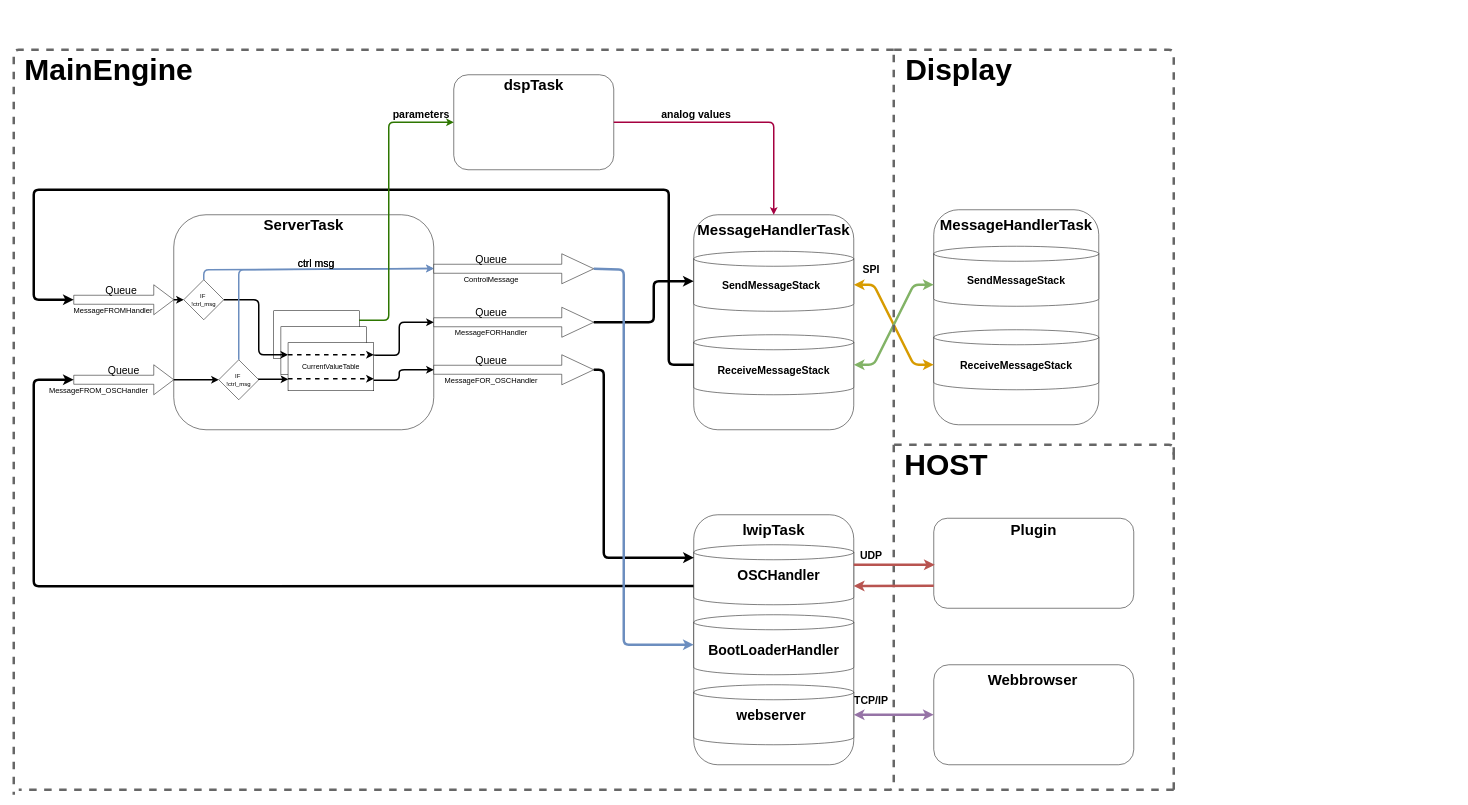
Earlier version of the draw.io diagram MessageHandlerCommunication.drawio (sagerchr/MessageHandler). Source tidied: cells renumbered, new cells numbered last; positions are measured from the earlier drawing's top-left corner, leaving out a move shared by most shapes. Both pictures are drawn from the tidied source at 50%, with x=0, y=0 at pixel (8, 50).
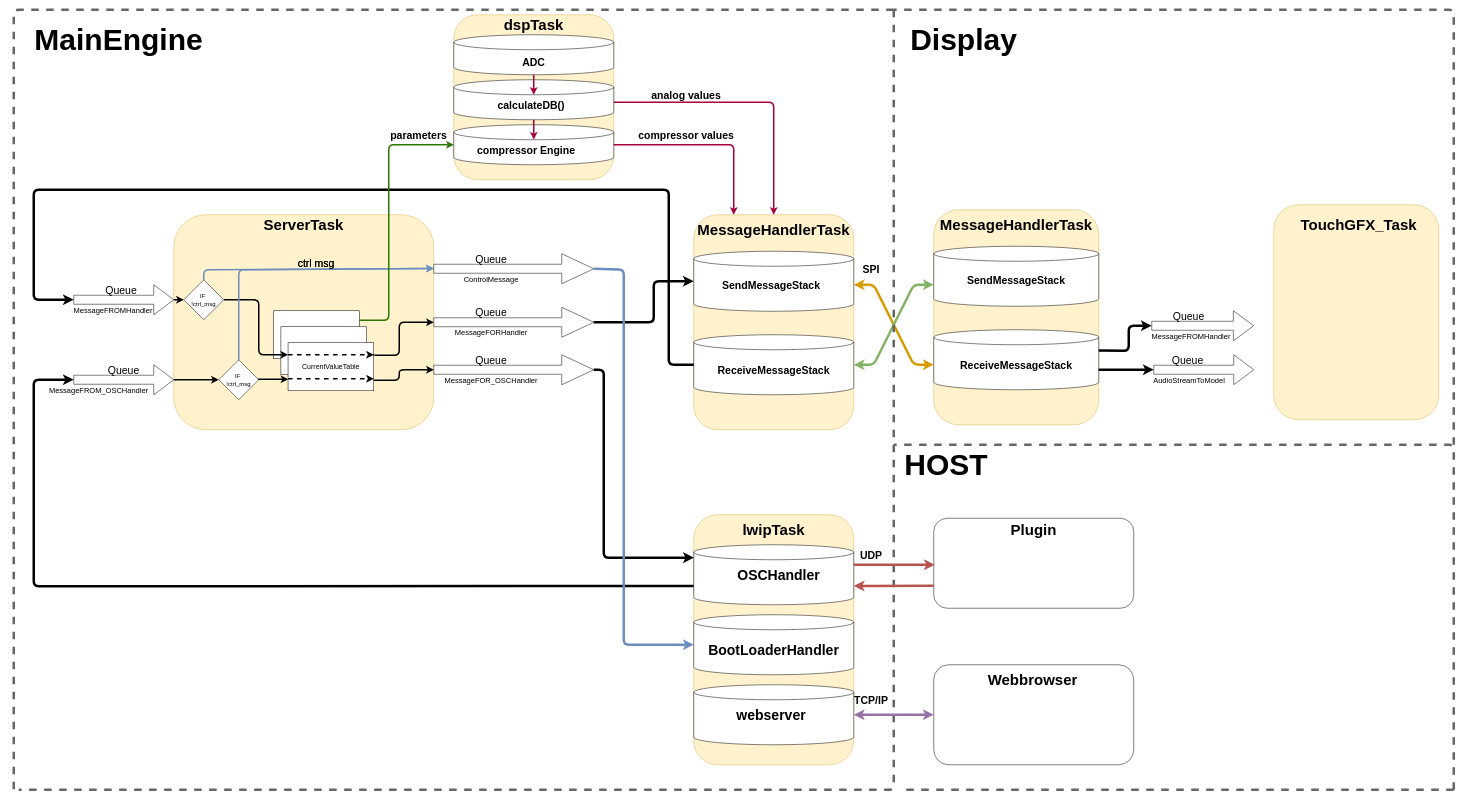
After the change.

The change refers to these unchanged cells:
```xml
<mxCell id="4" style="rounded=0;whiteSpace=wrap;html=1;" parent="3" vertex="1">
  <mxGeometry width="171.4" height="96" as="geometry" />
</mxCell>
<mxCell id="48" value="&lt;font style=&quot;font-size: 21px&quot;&gt;&lt;b&gt;ReceiveMessageStack&lt;/b&gt;&lt;/font&gt;" style="text;html=1;strokeColor=none;fillColor=none;align=center;verticalAlign=middle;whiteSpace=wrap;rounded=0;" parent="1" vertex="1">
  <mxGeometry x="1850" y="620" width="330" height="20" as="geometry" />
</mxCell>
```

What changed in the source:
```diff
@@
-    <mxCell id="2" style="rounded=1;whiteSpace=wrap;html=1;" parent="1" vertex="1">
+    <mxCell id="2" style="rounded=1;whiteSpace=wrap;html=1;fillColor=#fff2cc;strokeColor=#d6b656;" parent="1" vertex="1">
       <mxGeometry x="330" y="330" width="520" height="430" as="geometry" />
     </mxCell>
@@
-    <mxCell id="36" style="rounded=1;whiteSpace=wrap;html=1;" parent="1" vertex="1">
+    <mxCell id="36" style="rounded=1;whiteSpace=wrap;html=1;fillColor=#fff2cc;strokeColor=#d6b656;" parent="1" vertex="1">
       <mxGeometry x="1370" y="330" width="320" height="430" as="geometry" />
     </mxCell>
@@
-    <mxCell id="44" style="rounded=1;whiteSpace=wrap;html=1;" parent="1" vertex="1">
+    <mxCell id="44" style="rounded=1;whiteSpace=wrap;html=1;fillColor=#fff2cc;strokeColor=#d6b656;" parent="1" vertex="1">
       <mxGeometry x="1850" y="320" width="330" height="430" as="geometry" />
     </mxCell>
@@
-    <mxCell id="53" style="rounded=1;whiteSpace=wrap;html=1;" parent="1" vertex="1">
+    <mxCell id="53" style="rounded=1;whiteSpace=wrap;html=1;fillColor=#fff2cc;strokeColor=#d6b656;" parent="1" vertex="1">
       <mxGeometry x="1370" y="930" width="320" height="500" as="geometry" />
     </mxCell>
@@
     <mxCell id="55" style="endArrow=none;html=1;strokeWidth=5;dashed=1;fillColor=#f5f5f5;strokeColor=#666666;" parent="1" edge="1">
       <mxGeometry relative="1" as="geometry">
-        <mxPoint x="1770" y="10" as="sourcePoint" />
+        <mxPoint x="1770" y="-80" as="sourcePoint" />
         <mxPoint x="20" y="1480" as="targetPoint" />
         <Array as="points">
           <mxPoint x="1770" y="790" />
           <mxPoint x="1770" y="1480" />
         </Array>
       </mxGeometry>
     </mxCell>
     <mxCell id="56" value="&lt;font size=&quot;1&quot;&gt;&lt;b style=&quot;font-size: 60px&quot;&gt;MainEngine&lt;/b&gt;&lt;/font&gt;" style="text;html=1;strokeColor=none;fillColor=none;align=center;verticalAlign=middle;whiteSpace=wrap;rounded=0;" parent="1" vertex="1">
-      <mxGeometry y="30" width="400" height="20" as="geometry" />
+      <mxGeometry x="20" y="-30" width="400" height="20" as="geometry" />
     </mxCell>
-    <mxCell id="57" style="rounded=1;whiteSpace=wrap;html=1;" parent="1" vertex="1">
-      <mxGeometry x="890" y="50" width="320" height="190" as="geometry" />
+    <mxCell id="57" style="rounded=1;whiteSpace=wrap;html=1;fillColor=#fff2cc;strokeColor=#d6b656;" parent="1" vertex="1">
+      <mxGeometry x="890" y="-70" width="320" height="330" as="geometry" />
     </mxCell>
@@
     <mxCell id="78" style="endArrow=none;html=1;strokeWidth=5;dashed=1;fillColor=#f5f5f5;strokeColor=#666666;" parent="1" edge="1">
       <mxGeometry relative="1" as="geometry">
-        <mxPoint x="2330" y="1480" as="sourcePoint" />
+        <mxPoint x="2890" y="1480" as="sourcePoint" />
         <mxPoint x="1770" y="790" as="targetPoint" />
         <Array as="points">
-          <mxPoint x="2330" y="790" />
+          <mxPoint x="2890" y="790" />
         </Array>
       </mxGeometry>
     </mxCell>
     <mxCell id="79" value="&lt;font size=&quot;1&quot;&gt;&lt;b style=&quot;font-size: 60px&quot;&gt;Display&lt;/b&gt;&lt;/font&gt;" style="text;html=1;strokeColor=none;fillColor=none;align=center;verticalAlign=middle;whiteSpace=wrap;rounded=0;" parent="1" vertex="1">
-      <mxGeometry x="1700" y="30" width="400" height="20" as="geometry" />
+      <mxGeometry x="1710" y="-30" width="400" height="20" as="geometry" />
     </mxCell>
@@
     <mxCell id="81" value="&lt;font style=&quot;font-size: 30px&quot;&gt;&lt;b&gt;dspTask&lt;/b&gt;&lt;/font&gt;" style="text;html=1;strokeColor=none;fillColor=none;align=center;verticalAlign=middle;whiteSpace=wrap;rounded=0;" parent="1" vertex="1">
-      <mxGeometry x="890" y="60" width="320" height="20" as="geometry" />
+      <mxGeometry x="890" y="-60" width="320" height="20" as="geometry" />
     </mxCell>
@@
     <mxCell id="83" style="endArrow=none;html=1;strokeWidth=5;dashed=1;fillColor=#f5f5f5;strokeColor=#666666;" parent="1" edge="1">
       <mxGeometry relative="1" as="geometry">
-        <mxPoint x="2330" y="810" as="sourcePoint" />
-        <mxPoint x="1770" as="targetPoint" />
+        <mxPoint x="2890" y="790" as="sourcePoint" />
+        <mxPoint x="1770" y="-80" as="targetPoint" />
         <Array as="points">
-          <mxPoint x="2330" />
+          <mxPoint x="2890" y="-80" />
         </Array>
       </mxGeometry>
     </mxCell>
     <mxCell id="84" style="endArrow=none;html=1;strokeWidth=5;dashed=1;fillColor=#f5f5f5;strokeColor=#666666;" parent="1" edge="1">
       <mxGeometry relative="1" as="geometry">
-        <mxPoint x="2330" y="1480" as="sourcePoint" />
+        <mxPoint x="2890" y="1480" as="sourcePoint" />
         <mxPoint x="1780" y="1480" as="targetPoint" />
       </mxGeometry>
     </mxCell>
     <mxCell id="85" style="endArrow=none;html=1;strokeWidth=5;dashed=1;fillColor=#f5f5f5;strokeColor=#666666;" parent="1" edge="1">
       <mxGeometry relative="1" as="geometry">
-        <mxPoint x="1770" as="sourcePoint" />
+        <mxPoint x="1770" y="-80" as="sourcePoint" />
         <mxPoint x="10" y="1490" as="targetPoint" />
         <Array as="points">
-          <mxPoint x="10" />
+          <mxPoint x="10" y="-80" />
         </Array>
       </mxGeometry>
     </mxCell>
@@
-    <mxCell id="89" style="edgeStyle=orthogonalEdgeStyle;jettySize=auto;html=1;exitX=0.995;exitY=0.197;exitDx=0;exitDy=0;rounded=1;strokeWidth=3;entryX=0;entryY=0.5;entryDx=0;entryDy=0;exitPerimeter=0;fillColor=#60a917;strokeColor=#2D7600;" parent="1" edge="1" source="4" target="57">
+    <mxCell id="89" style="edgeStyle=orthogonalEdgeStyle;jettySize=auto;html=1;exitX=0.995;exitY=0.197;exitDx=0;exitDy=0;rounded=1;strokeWidth=3;entryX=0;entryY=0.5;entryDx=0;entryDy=0;exitPerimeter=0;fillColor=#60a917;strokeColor=#2D7600;entryPerimeter=0;" parent="1" edge="1" source="4" target="93">
       <mxGeometry relative="1" as="geometry">
         <Array as="points">
           <mxPoint x="760" y="541" />
-          <mxPoint x="760" y="145" />
+          <mxPoint x="760" y="190" />
         </Array>
       </mxGeometry>
     </mxCell>
     <mxCell id="90" value="&lt;font style=&quot;font-size: 21px&quot;&gt;&lt;b&gt;parameters&lt;/b&gt;&lt;/font&gt;" style="text;html=1;strokeColor=none;fillColor=none;align=center;verticalAlign=middle;whiteSpace=wrap;rounded=0;" parent="1" vertex="1">
-      <mxGeometry x="790" y="119" width="70" height="20" as="geometry" />
+      <mxGeometry x="760" y="160" width="120" height="20" as="geometry" />
     </mxCell>
-    <mxCell id="91" style="edgeStyle=orthogonalEdgeStyle;jettySize=auto;html=1;exitX=1;exitY=0.5;exitDx=0;exitDy=0;rounded=1;strokeWidth=3;fillColor=#d80073;strokeColor=#A50040;entryX=0.5;entryY=0;entryDx=0;entryDy=0;" parent="1" edge="1" source="57" target="36">
+    <mxCell id="91" style="edgeStyle=orthogonalEdgeStyle;jettySize=auto;html=1;exitX=1;exitY=0.25;exitDx=0;exitDy=0;rounded=1;strokeWidth=3;fillColor=#d80073;strokeColor=#A50040;entryX=0.5;entryY=0;entryDx=0;entryDy=0;" parent="1" edge="1" source="98" target="36">
       <mxGeometry relative="1" as="geometry">
         <Array as="points">
-          <mxPoint x="1530" y="145" />
+          <mxPoint x="1530" y="105" />
         </Array>
       </mxGeometry>
     </mxCell>
     <mxCell id="92" value="&lt;font style=&quot;font-size: 21px&quot;&gt;&lt;b&gt;analog values&lt;/b&gt;&lt;/font&gt;" style="text;html=1;strokeColor=none;fillColor=none;align=center;verticalAlign=middle;whiteSpace=wrap;rounded=0;" parent="1" vertex="1">
-      <mxGeometry x="1270" y="119" width="210" height="20" as="geometry" />
+      <mxGeometry x="1250" y="80" width="210" height="20" as="geometry" />
     </mxCell>
+    <mxCell id="93" style="shape=cylinder3;whiteSpace=wrap;html=1;boundedLbl=1;backgroundOutline=1;size=15;" parent="1" vertex="1">
+      <mxGeometry x="890" y="150" width="320" height="80" as="geometry" />
+    </mxCell>
+    <mxCell id="94" value="&lt;font style=&quot;font-size: 21px&quot;&gt;&lt;b&gt;compressor Engine&lt;/b&gt;&lt;/font&gt;" style="text;html=1;strokeColor=none;fillColor=none;align=center;verticalAlign=middle;whiteSpace=wrap;rounded=0;" parent="1" vertex="1">
+      <mxGeometry x="870" y="190" width="330" height="20" as="geometry" />
+    </mxCell>
+    <mxCell id="95" style="shape=cylinder3;whiteSpace=wrap;html=1;boundedLbl=1;backgroundOutline=1;size=15;" parent="1" vertex="1">
+      <mxGeometry x="890" y="-30" width="320" height="80" as="geometry" />
+    </mxCell>
+    <mxCell id="96" value="&lt;span style=&quot;font-size: 21px&quot;&gt;&lt;b&gt;ADC&lt;/b&gt;&lt;/span&gt;" style="text;html=1;strokeColor=none;fillColor=none;align=center;verticalAlign=middle;whiteSpace=wrap;rounded=0;" parent="1" vertex="1">
+      <mxGeometry x="885" y="14" width="330" height="20" as="geometry" />
+    </mxCell>
+    <mxCell id="97" style="shape=cylinder3;whiteSpace=wrap;html=1;boundedLbl=1;backgroundOutline=1;size=15;" parent="1" vertex="1">
+      <mxGeometry x="890" y="60" width="320" height="80" as="geometry" />
+    </mxCell>
+    <mxCell id="98" value="&lt;span style=&quot;font-size: 21px&quot;&gt;&lt;b&gt;calculateDB()&lt;/b&gt;&lt;/span&gt;" style="text;html=1;strokeColor=none;fillColor=none;align=center;verticalAlign=middle;whiteSpace=wrap;rounded=0;" parent="1" vertex="1">
+      <mxGeometry x="880" y="100" width="330" height="20" as="geometry" />
+    </mxCell>
+    <mxCell id="99" style="edgeStyle=orthogonalEdgeStyle;jettySize=auto;html=1;exitX=0.5;exitY=1;exitDx=0;exitDy=0;rounded=1;strokeWidth=3;fillColor=#d80073;strokeColor=#A50040;exitPerimeter=0;" parent="1" edge="1" source="95">
+      <mxGeometry relative="1" as="geometry">
+        <mxPoint x="1050" y="90" as="targetPoint" />
+        <Array as="points">
+          <mxPoint x="1050" y="70" />
+          <mxPoint x="1050" y="70" />
+        </Array>
+      </mxGeometry>
+    </mxCell>
+    <mxCell id="100" style="edgeStyle=orthogonalEdgeStyle;jettySize=auto;html=1;exitX=0.5;exitY=1;exitDx=0;exitDy=0;rounded=1;strokeWidth=3;fillColor=#d80073;strokeColor=#A50040;exitPerimeter=0;entryX=0.5;entryY=0.374;entryDx=0;entryDy=0;entryPerimeter=0;" parent="1" edge="1" source="97" target="93">
+      <mxGeometry relative="1" as="geometry">
+        <Array as="points">
+          <mxPoint x="1050" y="160" />
+          <mxPoint x="1050" y="160" />
+        </Array>
+      </mxGeometry>
+    </mxCell>
+    <mxCell id="101" style="edgeStyle=orthogonalEdgeStyle;jettySize=auto;html=1;exitX=1;exitY=0.5;exitDx=0;exitDy=0;rounded=1;strokeWidth=3;fillColor=#d80073;strokeColor=#A50040;exitPerimeter=0;entryX=0.25;entryY=0;entryDx=0;entryDy=0;" parent="1" edge="1" source="93" target="36">
+      <mxGeometry relative="1" as="geometry">
+        <Array as="points">
+          <mxPoint x="1450" y="190" />
+        </Array>
+      </mxGeometry>
+    </mxCell>
+    <mxCell id="102" value="&lt;font style=&quot;font-size: 21px&quot;&gt;&lt;b&gt;compressor values&lt;/b&gt;&lt;/font&gt;" style="text;html=1;strokeColor=none;fillColor=none;align=center;verticalAlign=middle;whiteSpace=wrap;rounded=0;" parent="1" vertex="1">
+      <mxGeometry x="1250" y="160" width="210" height="20" as="geometry" />
+    </mxCell>
+    <mxCell id="103" style="rounded=1;whiteSpace=wrap;html=1;fillColor=#fff2cc;strokeColor=#d6b656;" parent="1" vertex="1">
+      <mxGeometry x="2530" y="310" width="330" height="430" as="geometry" />
+    </mxCell>
+    <mxCell id="104" value="&lt;span style=&quot;font-size: 30px&quot;&gt;&lt;b&gt;TouchGFX_Task&lt;/b&gt;&lt;/span&gt;" style="text;html=1;strokeColor=none;fillColor=none;align=center;verticalAlign=middle;whiteSpace=wrap;rounded=0;" parent="1" vertex="1">
+      <mxGeometry x="2500" y="340" width="400" height="20" as="geometry" />
+    </mxCell>
+    <mxCell id="105" style="shape=singleArrow;whiteSpace=wrap;html=1;" parent="1" vertex="1">
+      <mxGeometry x="2290" y="610" width="200" height="60" as="geometry" />
+    </mxCell>
+    <mxCell id="106" value="&lt;font style=&quot;font-size: 21px&quot;&gt;Queue&lt;/font&gt;" style="text;html=1;strokeColor=none;fillColor=none;align=center;verticalAlign=middle;whiteSpace=wrap;rounded=0;" parent="1" vertex="1">
+      <mxGeometry x="2233" y="610" width="250" height="20" as="geometry" />
+    </mxCell>
+    <mxCell id="107" value="&lt;font style=&quot;font-size: 15px&quot;&gt;AudioStreamToModel&lt;/font&gt;" style="text;html=1;strokeColor=none;fillColor=none;align=center;verticalAlign=middle;whiteSpace=wrap;rounded=0;" parent="1" vertex="1">
+      <mxGeometry x="2236" y="650" width="250" height="20" as="geometry" />
+    </mxCell>
+    <mxCell id="108" style="shape=singleArrow;whiteSpace=wrap;html=1;" parent="1" vertex="1">
+      <mxGeometry x="2286" y="522" width="204" height="60" as="geometry" />
+    </mxCell>
+    <mxCell id="109" value="&lt;font style=&quot;font-size: 21px&quot;&gt;Queue&lt;/font&gt;" style="text;html=1;strokeColor=none;fillColor=none;align=center;verticalAlign=middle;whiteSpace=wrap;rounded=0;" parent="1" vertex="1">
+      <mxGeometry x="2235" y="522" width="250" height="20" as="geometry" />
+    </mxCell>
+    <mxCell id="110" value="&lt;font style=&quot;font-size: 15px&quot;&gt;MessageFROMHandler&lt;/font&gt;" style="text;html=1;strokeColor=none;fillColor=none;align=center;verticalAlign=middle;whiteSpace=wrap;rounded=0;" parent="1" vertex="1">
+      <mxGeometry x="2240" y="562" width="250" height="20" as="geometry" />
+    </mxCell>
+    <mxCell id="111" style="endArrow=classic;html=1;strokeWidth=5;entryX=0;entryY=0.5;entryDx=0;entryDy=0;exitX=1;exitY=1;exitDx=0;exitDy=0;entryPerimeter=0;" parent="1" edge="1" source="48" target="105">
+      <mxGeometry relative="1" as="geometry">
+        <Array as="points">
+          <mxPoint x="2220" y="640" />
+        </Array>
+      </mxGeometry>
+    </mxCell>
+    <mxCell id="112" style="endArrow=classic;html=1;strokeWidth=5;entryX=0;entryY=0.5;entryDx=0;entryDy=0;exitX=1;exitY=1;exitDx=0;exitDy=0;entryPerimeter=0;" parent="1" edge="1" target="108">
+      <mxGeometry relative="1" as="geometry">
+        <mxPoint x="2180" y="601.7" as="sourcePoint" />
+        <Array as="points">
+          <mxPoint x="2240" y="602" />
+          <mxPoint x="2240" y="552" />
+        </Array>
+      </mxGeometry>
+    </mxCell>
```
